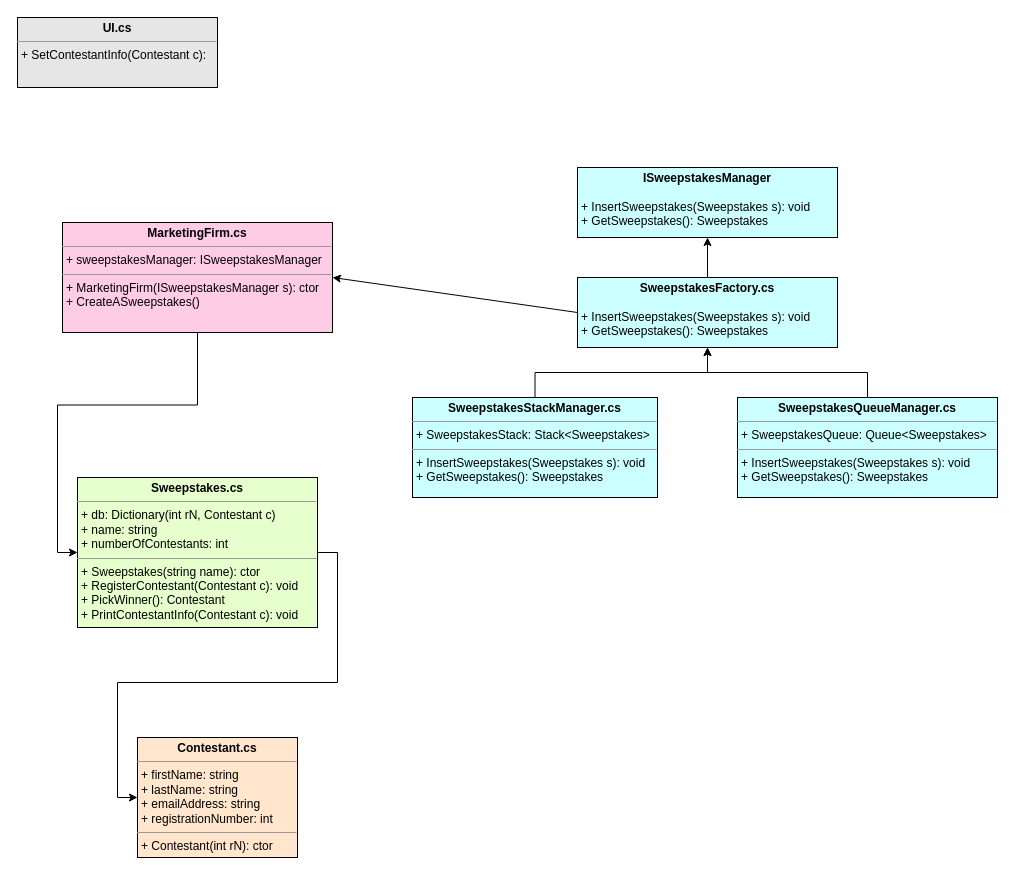
Before: sweepsUML.drawio in jtbowles/_sweepstakes, a draw.io diagram. Source tidied: cells renumbered, new cells numbered last; positions are measured from the earlier drawing's top-left corner, leaving out a move shared by most shapes. Both pictures are drawn from the tidied source at 100%, with x=0, y=0 at pixel (17, 17).
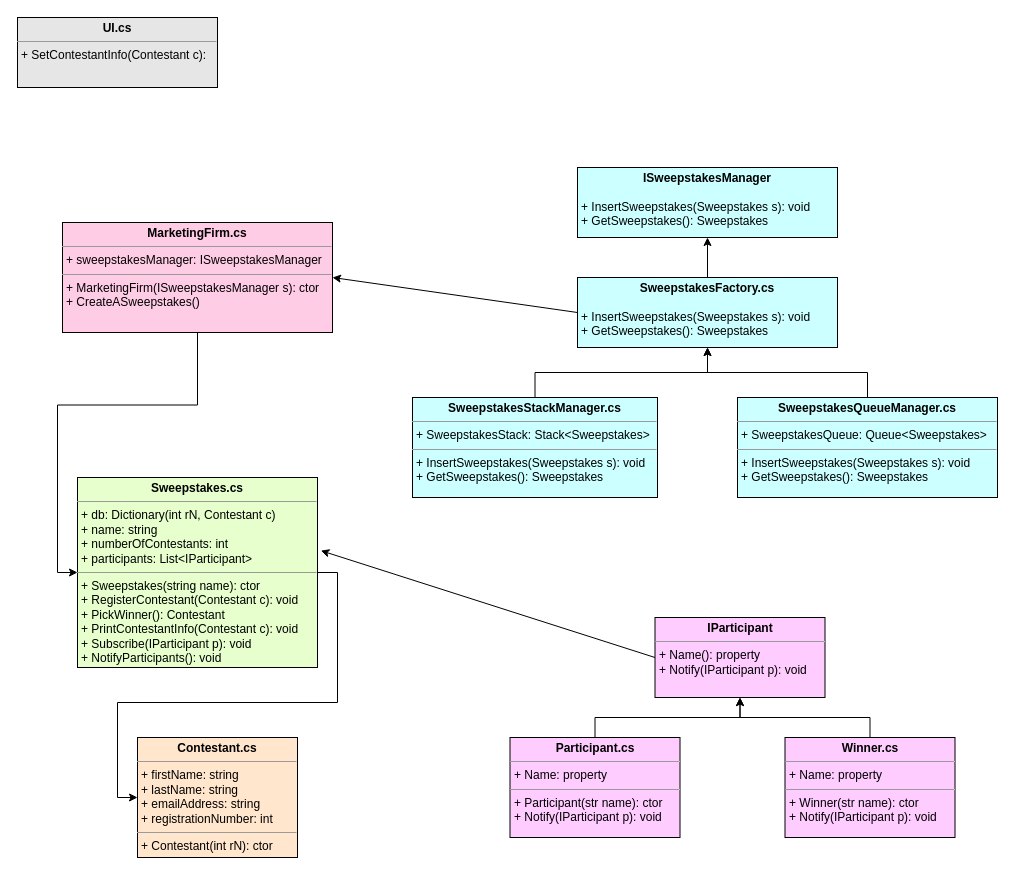
The same diagram, later.

Change to the diagram source:
```diff
@@
-    <mxCell id="5" value="&lt;p style=&quot;margin: 0px ; margin-top: 4px ; text-align: center&quot;&gt;&lt;b&gt;Sweepstakes.cs&lt;/b&gt;&lt;/p&gt;&lt;hr size=&quot;1&quot;&gt;&lt;p style=&quot;margin: 0px ; margin-left: 4px&quot;&gt;+ db: Dictionary(int rN, Contestant c)&lt;/p&gt;&lt;p style=&quot;margin: 0px ; margin-left: 4px&quot;&gt;+ name: string&lt;/p&gt;&lt;p style=&quot;margin: 0px ; margin-left: 4px&quot;&gt;+ numberOfContestants: int&lt;/p&gt;&lt;hr size=&quot;1&quot;&gt;&lt;p style=&quot;margin: 0px ; margin-left: 4px&quot;&gt;+ Sweepstakes(string name): ctor&lt;/p&gt;&lt;p style=&quot;margin: 0px ; margin-left: 4px&quot;&gt;+ RegisterContestant(Contestant c): void&lt;/p&gt;&lt;p style=&quot;margin: 0px ; margin-left: 4px&quot;&gt;+ PickWinner(): Contestant&lt;/p&gt;&lt;p style=&quot;margin: 0px ; margin-left: 4px&quot;&gt;+ PrintContestantInfo(Contestant c): void&lt;/p&gt;" style="verticalAlign=top;align=left;overflow=fill;fontSize=12;fontFamily=Helvetica;html=1;fillColor=#E6FFCC;" parent="1" vertex="1">
-      <mxGeometry x="60" y="460" width="240" height="150" as="geometry" />
+    <mxCell id="5" value="&lt;p style=&quot;margin: 0px ; margin-top: 4px ; text-align: center&quot;&gt;&lt;b&gt;Sweepstakes.cs&lt;/b&gt;&lt;/p&gt;&lt;hr size=&quot;1&quot;&gt;&lt;p style=&quot;margin: 0px ; margin-left: 4px&quot;&gt;+ db: Dictionary(int rN, Contestant c)&lt;/p&gt;&lt;p style=&quot;margin: 0px ; margin-left: 4px&quot;&gt;+ name: string&lt;/p&gt;&lt;p style=&quot;margin: 0px ; margin-left: 4px&quot;&gt;+ numberOfContestants: int&lt;/p&gt;&lt;p style=&quot;margin: 0px ; margin-left: 4px&quot;&gt;+ participants: List&amp;lt;IParticipant&amp;gt;&lt;br&gt;&lt;/p&gt;&lt;hr size=&quot;1&quot;&gt;&lt;p style=&quot;margin: 0px ; margin-left: 4px&quot;&gt;+ Sweepstakes(string name): ctor&lt;/p&gt;&lt;p style=&quot;margin: 0px ; margin-left: 4px&quot;&gt;+ RegisterContestant(Contestant c): void&lt;/p&gt;&lt;p style=&quot;margin: 0px ; margin-left: 4px&quot;&gt;+ PickWinner(): Contestant&lt;/p&gt;&lt;p style=&quot;margin: 0px ; margin-left: 4px&quot;&gt;+ PrintContestantInfo(Contestant c): void&lt;/p&gt;&lt;p style=&quot;margin: 0px 0px 0px 4px&quot;&gt;+ Subscribe(IParticipant p): void&lt;/p&gt;&lt;p style=&quot;margin: 0px 0px 0px 4px&quot;&gt;+ NotifyParticipants(): void&lt;/p&gt;" style="verticalAlign=top;align=left;overflow=fill;fontSize=12;fontFamily=Helvetica;html=1;fillColor=#E6FFCC;" parent="1" vertex="1">
+      <mxGeometry x="60" y="460" width="240" height="190" as="geometry" />
     </mxCell>
@@
+    <mxCell id="16" value="&lt;p style=&quot;margin: 0px ; margin-top: 4px ; text-align: center&quot;&gt;&lt;b&gt;IParticipant&lt;/b&gt;&lt;/p&gt;&lt;hr size=&quot;1&quot;&gt;&lt;p style=&quot;margin: 0px ; margin-left: 4px&quot;&gt;&lt;span&gt;+ Name(): property&lt;/span&gt;&lt;br&gt;&lt;/p&gt;&lt;p style=&quot;margin: 0px ; margin-left: 4px&quot;&gt;&lt;span&gt;+ Notify(IParticipant p): void&lt;/span&gt;&lt;/p&gt;" style="verticalAlign=top;align=left;overflow=fill;fontSize=12;fontFamily=Helvetica;html=1;fillColor=#FFCCFF;" parent="1" vertex="1">
+      <mxGeometry x="637.5" y="600" width="170" height="80" as="geometry" />
+    </mxCell>
+    <mxCell id="17" style="edgeStyle=orthogonalEdgeStyle;rounded=0;jettySize=auto;html=1;exitX=0.5;exitY=0;exitDx=0;exitDy=0;entryX=0.5;entryY=1;entryDx=0;entryDy=0;" parent="1" edge="1" source="18" target="16">
+      <mxGeometry relative="1" as="geometry" />
+    </mxCell>
+    <mxCell id="18" value="&lt;p style=&quot;margin: 0px ; margin-top: 4px ; text-align: center&quot;&gt;&lt;b&gt;Participant.cs&lt;/b&gt;&lt;/p&gt;&lt;hr size=&quot;1&quot;&gt;&lt;p style=&quot;margin: 0px ; margin-left: 4px&quot;&gt;+ Name: property&lt;/p&gt;&lt;hr size=&quot;1&quot;&gt;&lt;p style=&quot;margin: 0px ; margin-left: 4px&quot;&gt;+ Participant(str name): ctor&lt;/p&gt;&lt;p style=&quot;margin: 0px ; margin-left: 4px&quot;&gt;+ Notify(IParticipant p): void&lt;/p&gt;" style="verticalAlign=top;align=left;overflow=fill;fontSize=12;fontFamily=Helvetica;html=1;fillColor=#FFCCFF;" parent="1" vertex="1">
+      <mxGeometry x="492.5" y="720" width="170" height="100" as="geometry" />
+    </mxCell>
+    <mxCell id="19" style="edgeStyle=orthogonalEdgeStyle;rounded=0;jettySize=auto;html=1;exitX=0.5;exitY=0;exitDx=0;exitDy=0;entryX=0.5;entryY=1;entryDx=0;entryDy=0;" parent="1" edge="1" source="20" target="16">
+      <mxGeometry relative="1" as="geometry" />
+    </mxCell>
+    <mxCell id="20" value="&lt;p style=&quot;margin: 0px ; margin-top: 4px ; text-align: center&quot;&gt;&lt;b&gt;Winner.cs&lt;/b&gt;&lt;/p&gt;&lt;hr size=&quot;1&quot;&gt;&lt;p style=&quot;margin: 0px ; margin-left: 4px&quot;&gt;+ Name: property&lt;/p&gt;&lt;hr size=&quot;1&quot;&gt;&lt;p style=&quot;margin: 0px ; margin-left: 4px&quot;&gt;+ Winner(str name): ctor&lt;/p&gt;&lt;p style=&quot;margin: 0px ; margin-left: 4px&quot;&gt;+ Notify(IParticipant p): void&lt;/p&gt;" style="verticalAlign=top;align=left;overflow=fill;fontSize=12;fontFamily=Helvetica;html=1;fillColor=#FFCCFF;" parent="1" vertex="1">
+      <mxGeometry x="767.5" y="720" width="170" height="100" as="geometry" />
+    </mxCell>
+    <mxCell id="21" style="endArrow=classic;html=1;exitX=0;exitY=0.5;exitDx=0;exitDy=0;entryX=1.014;entryY=0.385;entryDx=0;entryDy=0;entryPerimeter=0;" parent="1" edge="1" source="16" target="5">
+      <mxGeometry relative="1" as="geometry" />
+    </mxCell>
```
